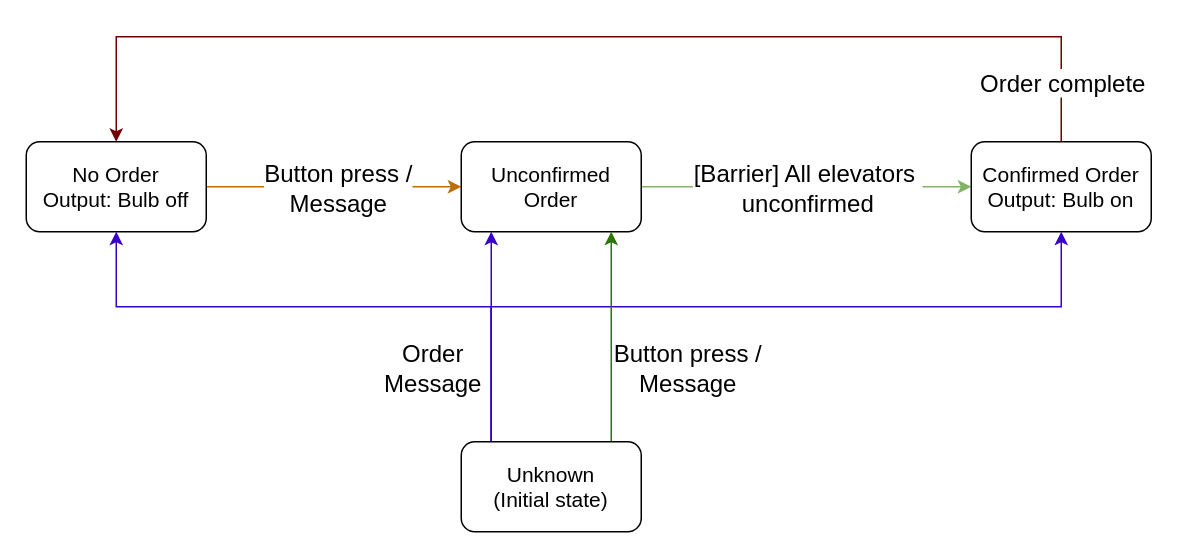
jensmunkerud/ElevatorProject keeps this draw.io diagram as Documentation/orderState.drawio. Above is the earlier version. Source tidied: cells renumbered, new cells numbered last; positions are measured from the earlier drawing's top-left corner, leaving out a move shared by most shapes. Both pictures are drawn from the tidied source at 150%, with x=0, y=0 at pixel (26, 36).
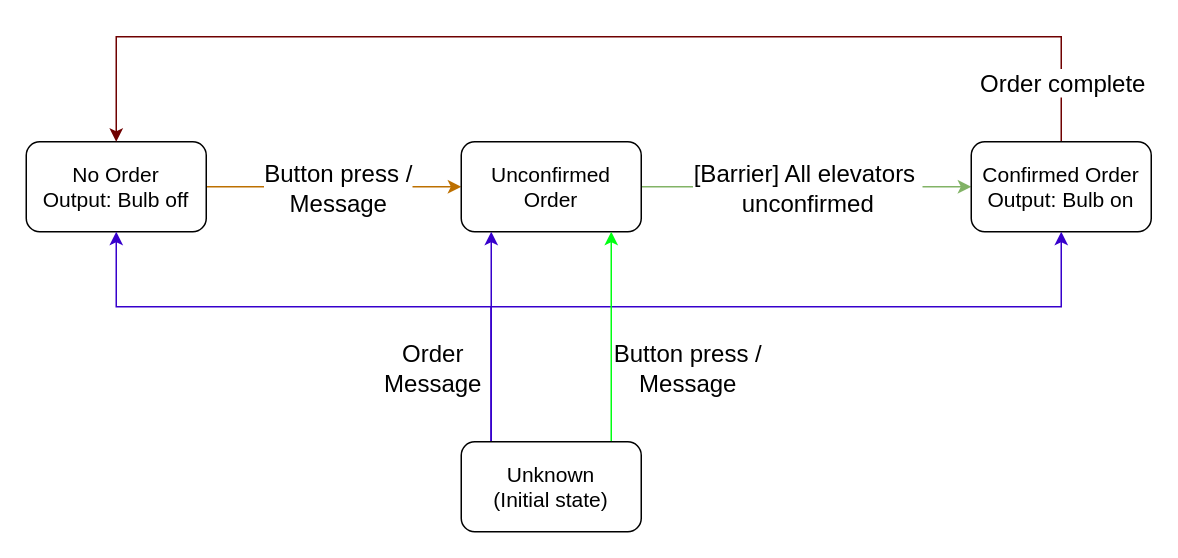
After the change.

Unchanged cells that the change refers to:
```xml
<mxCell id="17" value="Unknown&lt;div&gt;(Initial state)&lt;/div&gt;" style="rounded=1;whiteSpace=wrap;html=1;fontSize=14;" parent="1" vertex="1">
  <mxGeometry x="290" y="270" width="120" height="60" as="geometry" />
</mxCell>
```

The edit, as a diff of the source:
```diff
@@
-    <mxCell id="15" style="edgeStyle=orthogonalEdgeStyle;rounded=0;jettySize=auto;html=1;fontColor=light-dark(#000000,#00FF10);fillColor=#60a917;strokeColor=light-dark(#2D7600,#2BEC05);" parent="1" edge="1" source="17">
+    <mxCell id="15" style="edgeStyle=orthogonalEdgeStyle;rounded=0;jettySize=auto;html=1;fontColor=light-dark(#000000,#00FF10);fillColor=#60a917;strokeColor=light-dark(#00FF13,#2BEC05);" parent="1" edge="1" source="17">
       <mxGeometry relative="1" as="geometry">
         <mxPoint x="390" y="130" as="targetPoint" />
         <Array as="points">
           <mxPoint x="390" y="300" />
           <mxPoint x="390" y="130" />
         </Array>
       </mxGeometry>
     </mxCell>
```
